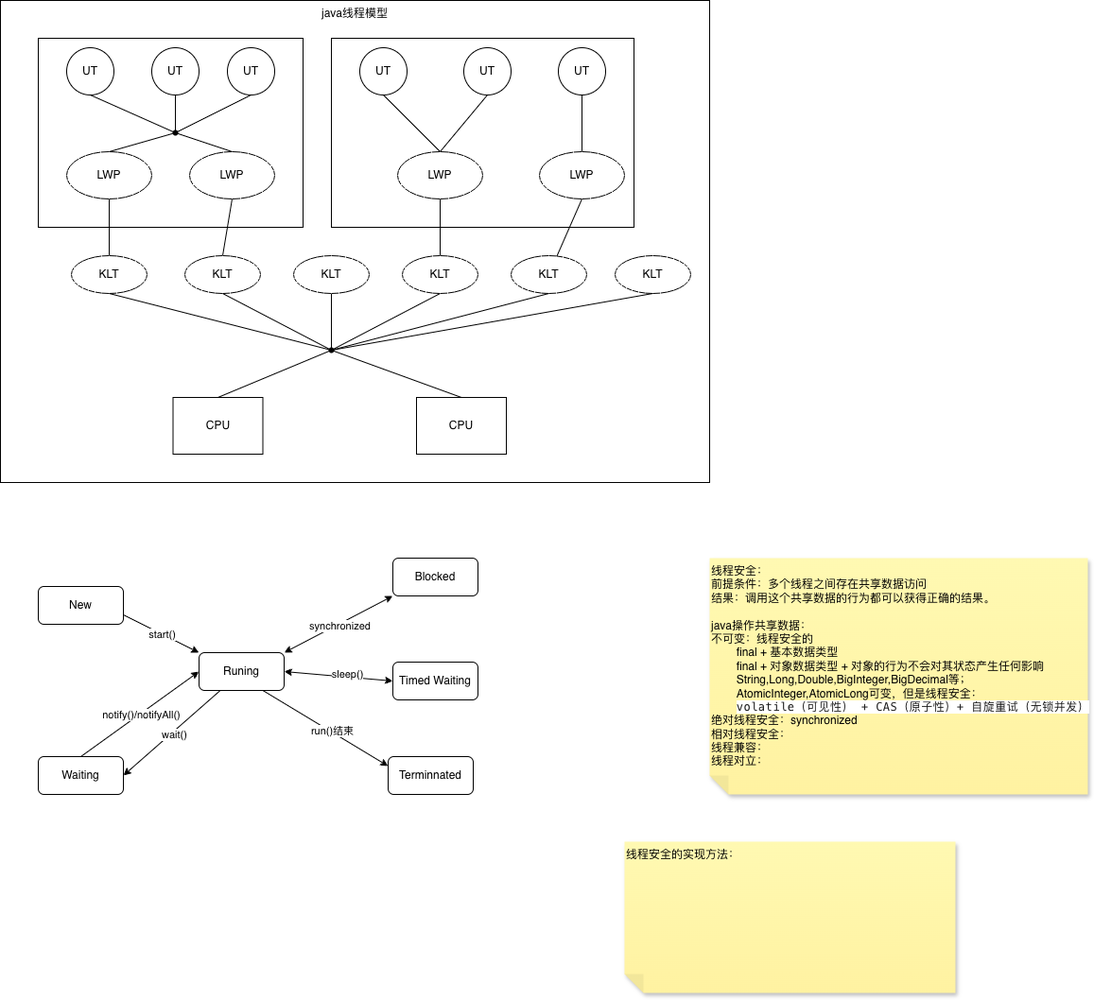
ggs2015/file keeps this draw.io diagram as java线程模型和线程状态.drawio.png. Above is the earlier version. Source tidied: cells renumbered, new cells last; positions are measured from the earlier drawing's top-left corner, leaving out a move shared by most shapes.
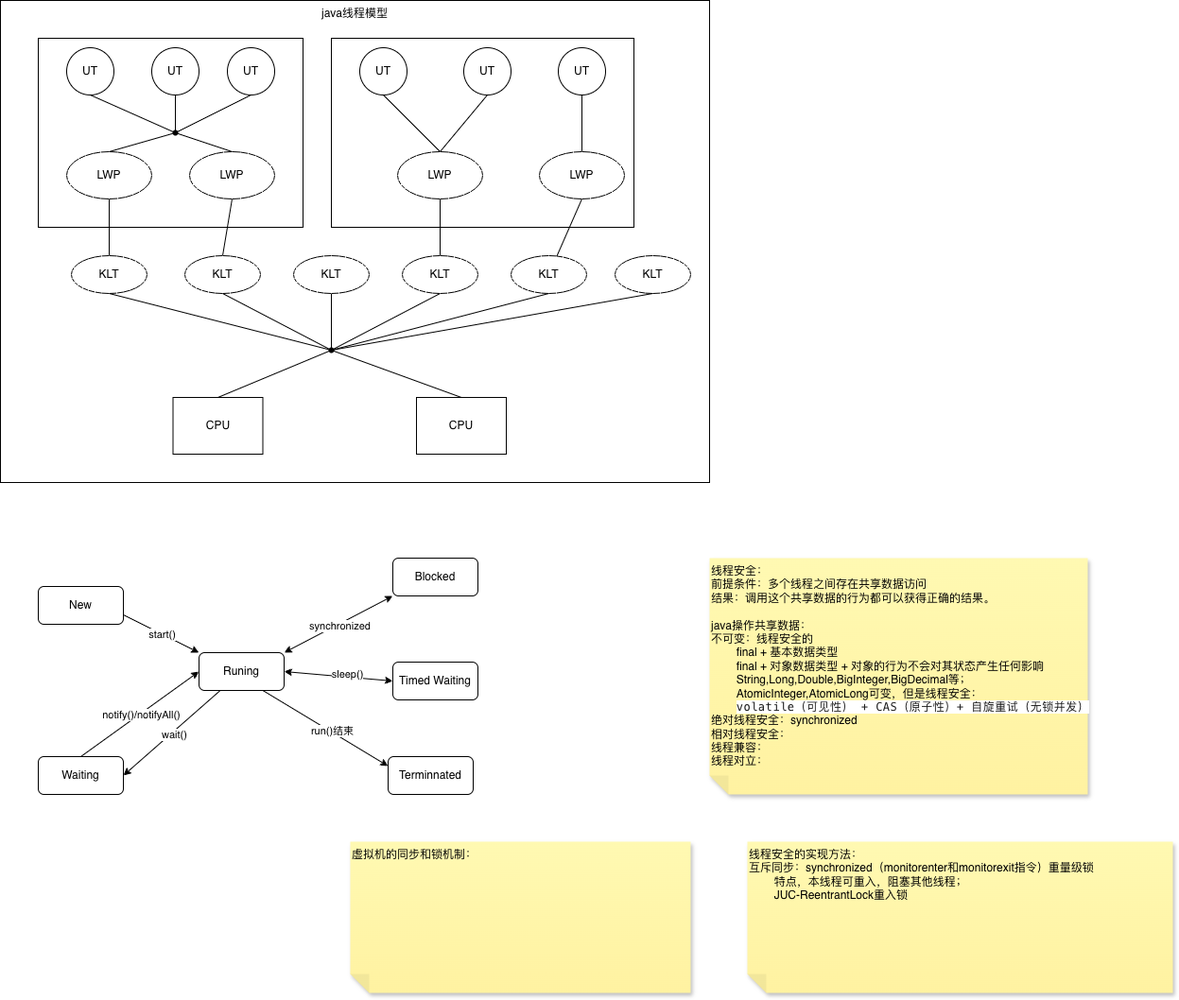
After the change.

Commit message:
更新java线程模型和线程状态.drawio.png

The edit, as a diff of the source:
```diff
@@ -195,8 +195,11 @@
     <mxCell id="64" value="线程安全：&lt;div&gt;前提条件：多个线程之间存在共享数据访问&lt;/div&gt;&lt;div&gt;结果：调用这个共享数据的行为都可以获得正确的结果。&lt;/div&gt;&lt;div&gt;&lt;br&gt;&lt;/div&gt;&lt;div&gt;java操作共享数据：&lt;/div&gt;&lt;div&gt;不可变：线程安全的&lt;/div&gt;&lt;div&gt;&lt;span style=&quot;white-space: pre;&quot;&gt;&#9;&lt;/span&gt;final + 基本数据类型&lt;/div&gt;&lt;div&gt;&lt;span style=&quot;white-space: pre;&quot;&gt;&#9;&lt;/span&gt;final + 对象数据类型 + 对象的行为不会对其状态产生任何影响&lt;/div&gt;&lt;div&gt;&lt;span style=&quot;white-space: pre;&quot;&gt;&#9;&lt;/span&gt;String,Long,Double,BigInteger,BigDecimal等；&lt;br&gt;&lt;/div&gt;&lt;div&gt;&lt;span style=&quot;white-space: pre;&quot;&gt;&#9;&lt;/span&gt;AtomicInteger,AtomicLong可变，但是线程安全：&lt;br&gt;&lt;/div&gt;&lt;div&gt;&lt;span style=&quot;white-space: pre;&quot;&gt;&#9;&lt;/span&gt;&lt;font color=&quot;#1a1a1a&quot; face=&quot;Fira Code, Fira Mono, Menlo, Consolas, DejaVu Sans Mono, monospace&quot;&gt;&lt;span style=&quot;letter-spacing: 0.5px; background-color: rgb(255, 255, 255);&quot;&gt;volatile（可见性） + CAS（原子性）+ 自旋重试（无锁并发）&lt;/span&gt;&lt;/font&gt;&lt;/div&gt;&lt;div&gt;绝对线程安全：synchronized&lt;/div&gt;&lt;div&gt;相对线程安全：&lt;/div&gt;&lt;div&gt;线程兼容：&lt;/div&gt;&lt;div&gt;线程对立：&lt;/div&gt;&lt;div&gt;&lt;br&gt;&lt;/div&gt;&lt;div&gt;&lt;span style=&quot;white-space: pre;&quot;&gt;&#9;&lt;/span&gt;&lt;br&gt;&lt;/div&gt;" style="shape=note;whiteSpace=wrap;html=1;backgroundOutline=1;fontColor=#000000;darkOpacity=0.05;fillColor=#FFF9B2;strokeColor=none;fillStyle=solid;direction=west;gradientDirection=north;gradientColor=#FFF2A1;shadow=1;size=20;verticalAlign=top;align=left;" parent="1" vertex="1">
       <mxGeometry x="750" y="590" width="400" height="250" as="geometry" />
     </mxCell>
-    <mxCell id="65" value="线程安全的实现方法：" style="shape=note;whiteSpace=wrap;html=1;backgroundOutline=1;fontColor=#000000;darkOpacity=0.05;fillColor=#FFF9B2;strokeColor=none;fillStyle=solid;direction=west;gradientDirection=north;gradientColor=#FFF2A1;shadow=1;size=20;verticalAlign=top;align=left;" parent="1" vertex="1">
-      <mxGeometry x="660" y="890" width="350" height="160" as="geometry" />
+    <mxCell id="65" value="线程安全的实现方法：&lt;div&gt;互斥同步：synchronized（monitorenter和monitorexit指令）重量级锁&lt;/div&gt;&lt;div&gt;&lt;span style=&quot;white-space: pre;&quot;&gt;&#9;&lt;/span&gt;特点，本线程可重入，阻塞其他线程；&lt;br&gt;&lt;/div&gt;&lt;div&gt;&lt;span style=&quot;white-space: pre;&quot;&gt;&#9;&lt;/span&gt;JUC-ReentrantLock重入锁&lt;br&gt;&lt;/div&gt;" style="shape=note;whiteSpace=wrap;html=1;backgroundOutline=1;fontColor=#000000;darkOpacity=0.05;fillColor=#FFF9B2;strokeColor=none;fillStyle=solid;direction=west;gradientDirection=north;gradientColor=#FFF2A1;shadow=1;size=20;verticalAlign=top;align=left;" parent="1" vertex="1">
+      <mxGeometry x="790" y="890" width="450" height="160" as="geometry" />
     </mxCell>
+    <mxCell id="66" value="虚拟机的同步和锁机制：" style="shape=note;whiteSpace=wrap;html=1;backgroundOutline=1;fontColor=#000000;darkOpacity=0.05;fillColor=#FFF9B2;strokeColor=none;fillStyle=solid;direction=west;gradientDirection=north;gradientColor=#FFF2A1;shadow=1;size=20;verticalAlign=top;align=left;" parent="1" vertex="1">
+      <mxGeometry x="370" y="890" width="360" height="160" as="geometry" />
+    </mxCell>
   </root>
 </mxGraphModel>
```
